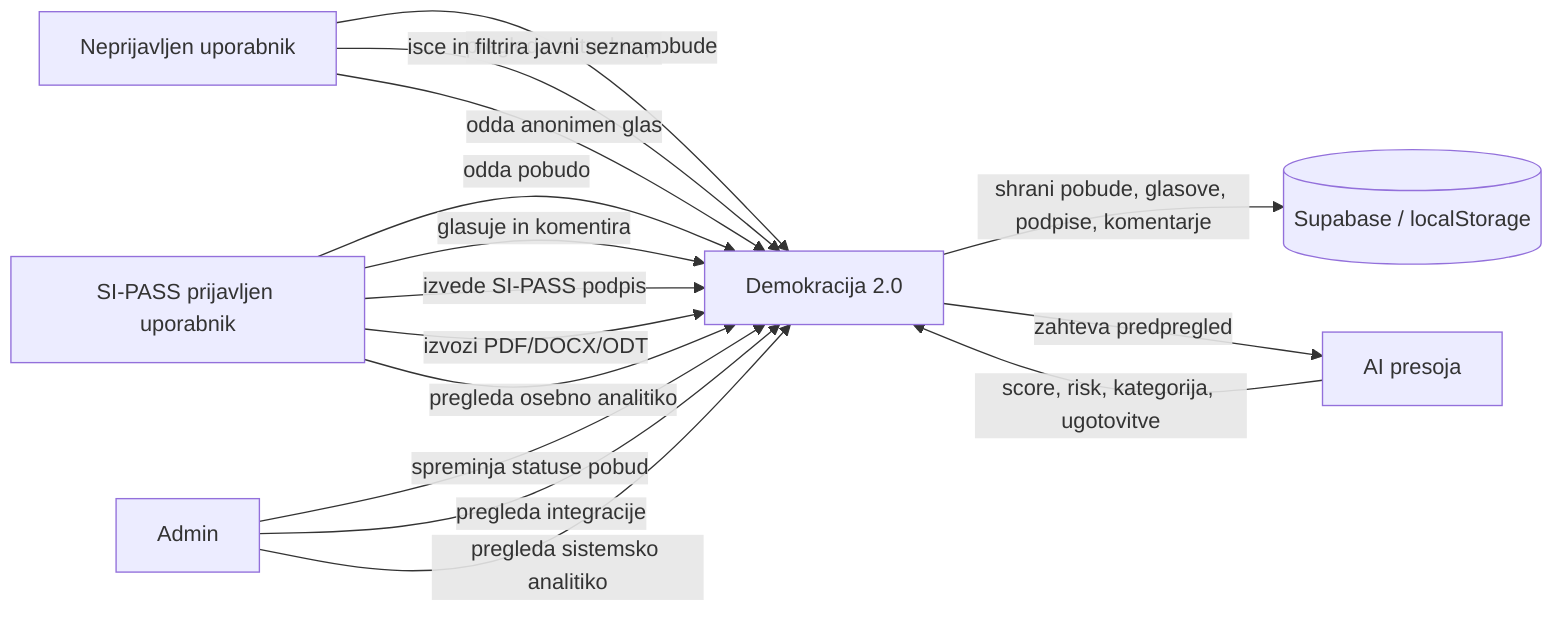
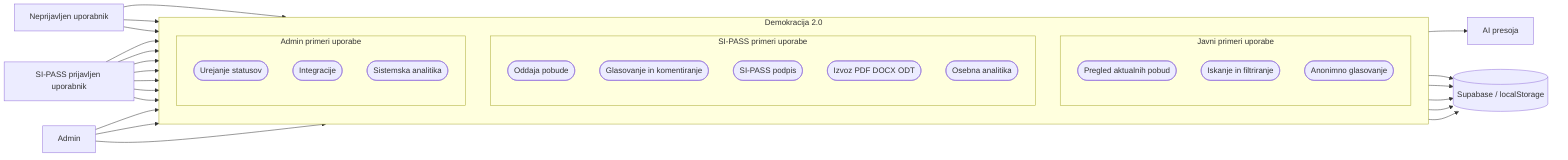
flowchart LR
  Anonymous[Neprijavljen uporabnik]
  Sipass[SI-PASS prijavljen uporabnik]
  Admin[Admin]
+ 
+   subgraph App[Demokracija 2.0]
+     direction TB
+ 
+     subgraph PublicCases[Javni primeri uporabe]
+       direction TB
+       PublicList([Pregled aktualnih pobud])
+       Search([Iskanje in filtriranje])
+       AnonymousVote([Anonimno glasovanje])
+     end
+ 
+     subgraph SipassCases[SI-PASS primeri uporabe]
+       direction TB
+       Submit([Oddaja pobude])
+       VoteComment([Glasovanje in komentiranje])
+       SipassSign([SI-PASS podpis])
+       ExportDocs([Izvoz PDF DOCX ODT])
+       UserAnalytics([Osebna analitika])
+     end
+ 
+     subgraph AdminCases[Admin primeri uporabe]
+       direction TB
+       StatusAdmin([Urejanje statusov])
+       Integrations([Integracije])
+       SystemAnalytics([Sistemska analitika])
+     end
+   end
+ 
  AI[AI presoja]
-   Platform[Demokracija 2.0]
  Database[(Supabase / localStorage)]

-   Anonymous -->|pregleda aktualne pobude| Platform
-   Anonymous -->|isce in filtrira javni seznam| Platform
-   Anonymous -->|odda anonimen glas| Platform
-   Sipass -->|odda pobudo| Platform
-   Sipass -->|glasuje in komentira| Platform
-   Sipass -->|izvede SI-PASS podpis| Platform
-   Sipass -->|izvozi PDF/DOCX/ODT| Platform
-   Sipass -->|pregleda osebno analitiko| Platform
-   Admin -->|spreminja statuse pobud| Platform
-   Admin -->|pregleda integracije| Platform
-   Admin -->|pregleda sistemsko analitiko| Platform
-   Platform -->|shrani pobude, glasove, podpise, komentarje| Database
-   Platform -->|zahteva predpregled| AI
-   AI -->|score, risk, kategorija, ugotovitve| Platform
+   Anonymous --> PublicList
+   Anonymous --> Search
+   Anonymous --> AnonymousVote
+ 
+   Sipass --> PublicList
+   Sipass --> Search
+   Sipass --> Submit
+   Sipass --> VoteComment
+   Sipass --> SipassSign
+   Sipass --> ExportDocs
+   Sipass --> UserAnalytics
+ 
+   Admin --> StatusAdmin
+   Admin --> Integrations
+   Admin --> SystemAnalytics
+ 
+   Submit --> AI
+   Submit --> Database
+   AnonymousVote --> Database
+   VoteComment --> Database
+   SipassSign --> Database
+   StatusAdmin --> Database
